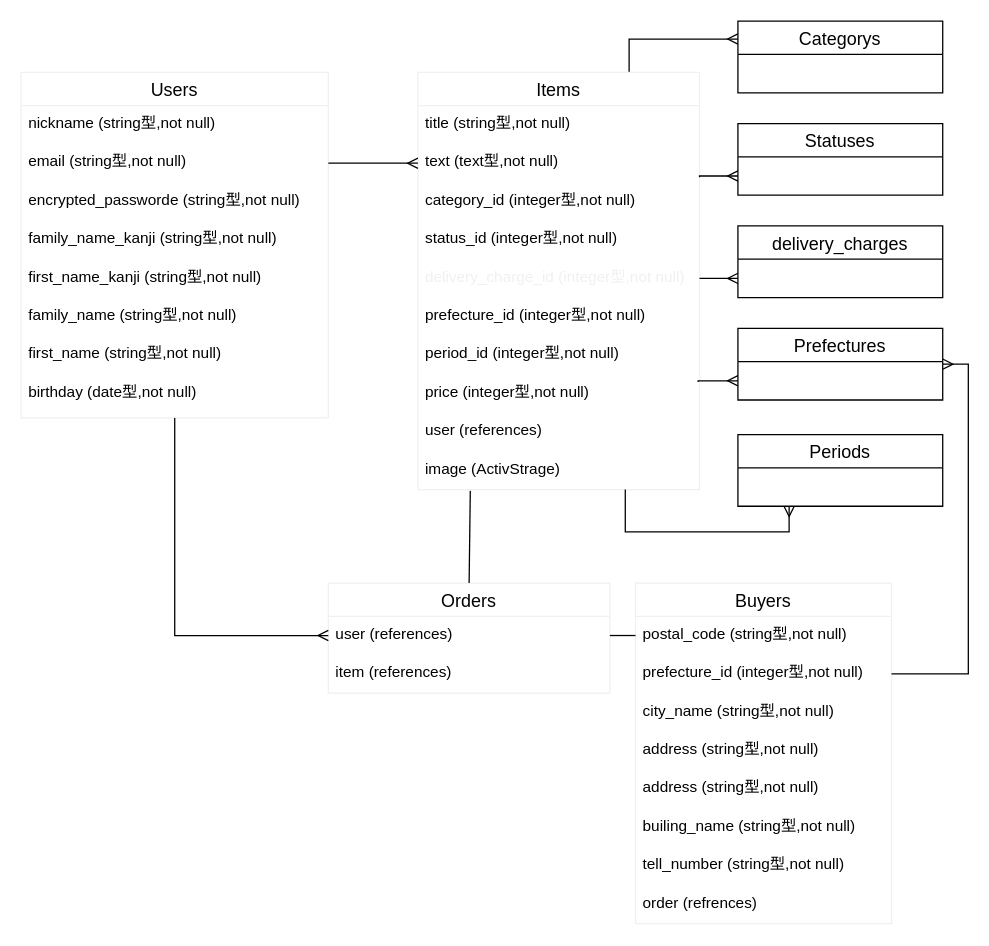
This is furima.dio from atsu-s/furima-35579, a draw.io file, before an edit. Source tidied: cells renumbered, new cells numbered last; positions are measured from the earlier drawing's top-left corner, leaving out a move shared by most shapes. Both pictures are drawn from the tidied source at 128%, with x=0, y=0 at pixel (20, 20).
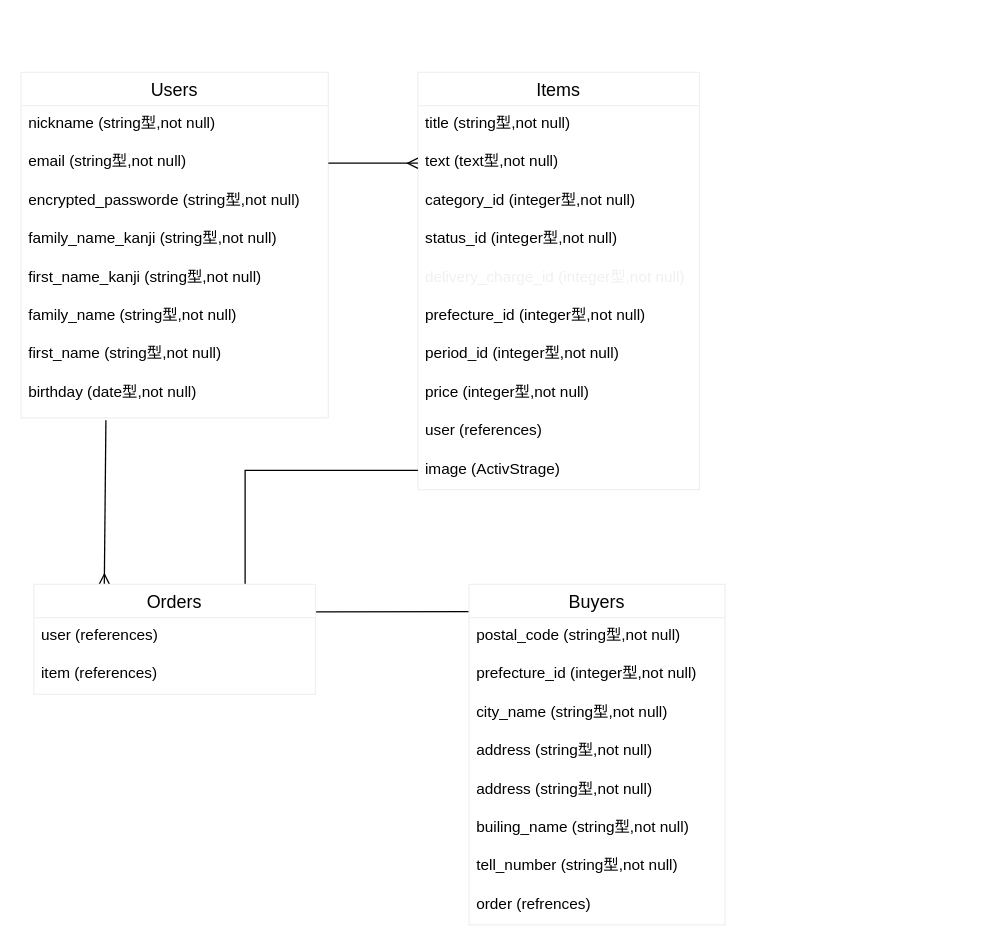
The same page after the edit.

The change refers to these unchanged cells:
```xml
<mxCell id="10" value="birthday (date型,not null)" style="text;strokeColor=none;fillColor=none;spacingLeft=4;spacingRight=4;overflow=hidden;points=[[0,0.5],[1,0.5]];portConstraint=eastwest;fontSize=12;align=left;" parent="2" vertex="1">
  <mxGeometry y="236" width="240" height="34" as="geometry" />
</mxCell>
<mxCell id="12" value="Items" style="swimlane;fontStyle=0;horizontal=1;startSize=26;align=center;fontSize=14;strokeColor=#f0f0f0;" parent="1" vertex="1">
  <mxGeometry x="310" y="40" width="220" height="326" as="geometry" />
</mxCell>
<mxCell id="15" value="category_id (integer型,not null)" style="text;strokeColor=none;fillColor=none;spacingLeft=4;spacingRight=4;overflow=hidden;points=[[0,0.5],[1,0.5]];portConstraint=eastwest;fontSize=12;" parent="12" vertex="1">
  <mxGeometry y="86" width="220" height="30" as="geometry" />
</mxCell>
<mxCell id="17" value="delivery_charge_id (integer型,not null)" style="text;strokeColor=none;fillColor=none;spacingLeft=4;spacingRight=4;overflow=hidden;points=[[0,0.5],[1,0.5]];portConstraint=eastwest;fontSize=12;fontColor=#F0F0F0;" parent="12" vertex="1">
  <mxGeometry y="146" width="220" height="30" as="geometry" />
</mxCell>
<mxCell id="20" value="price (integer型,not null)" style="text;strokeColor=none;fillColor=none;spacingLeft=4;spacingRight=4;overflow=hidden;points=[[0,0.5],[1,0.5]];portConstraint=eastwest;fontSize=12;" parent="12" vertex="1">
  <mxGeometry y="236" width="220" height="30" as="geometry" />
</mxCell>
<mxCell id="22" value="image (ActivStrage)" style="text;strokeColor=none;fillColor=none;spacingLeft=4;spacingRight=4;overflow=hidden;points=[[0,0.5],[1,0.5]];portConstraint=eastwest;fontSize=12;" parent="12" vertex="1">
  <mxGeometry y="296" width="220" height="30" as="geometry" />
</mxCell>
<mxCell id="24" value="user (references)" style="text;strokeColor=none;fillColor=none;spacingLeft=4;spacingRight=4;overflow=hidden;points=[[0,0.5],[1,0.5]];portConstraint=eastwest;fontSize=12;" parent="23" vertex="1">
  <mxGeometry y="26" width="220" height="30" as="geometry" />
</mxCell>
<mxCell id="29" value="postal_code (string型,not null)" style="text;strokeColor=none;fillColor=none;spacingLeft=4;spacingRight=4;overflow=hidden;points=[[0,0.5],[1,0.5]];portConstraint=eastwest;fontSize=12;" parent="28" vertex="1">
  <mxGeometry y="26" width="200" height="30" as="geometry" />
</mxCell>
<mxCell id="30" value="prefecture_id (integer型,not null)" style="text;strokeColor=none;fillColor=none;spacingLeft=4;spacingRight=4;overflow=hidden;points=[[0,0.5],[1,0.5]];portConstraint=eastwest;fontSize=12;" parent="28" vertex="1">
  <mxGeometry y="56" width="200" height="30" as="geometry" />
</mxCell>
```

Change to the diagram source:
```diff
@@
-    <mxCell id="11" style="edgeStyle=orthogonalEdgeStyle;rounded=0;jettySize=auto;html=1;exitX=0.75;exitY=0;exitDx=0;exitDy=0;startArrow=none;startFill=0;endArrow=ERmany;endFill=0;entryX=0;entryY=0.25;entryDx=0;entryDy=0;" parent="1" edge="1" source="12" target="37">
-      <mxGeometry relative="1" as="geometry" />
-    </mxCell>
@@
+    <mxCell id="49" style="edgeStyle=none;rounded=0;jettySize=auto;html=1;exitX=1;exitY=0.25;exitDx=0;exitDy=0;entryX=0.005;entryY=0.08;entryDx=0;entryDy=0;entryPerimeter=0;startArrow=none;startFill=0;endArrow=none;endFill=0;" parent="1" edge="1" source="23" target="28">
+      <mxGeometry relative="1" as="geometry" />
+    </mxCell>
+    <mxCell id="50" style="edgeStyle=none;rounded=0;jettySize=auto;html=1;exitX=0.25;exitY=0;exitDx=0;exitDy=0;entryX=0.276;entryY=1.052;entryDx=0;entryDy=0;entryPerimeter=0;startArrow=ERmany;startFill=0;endArrow=none;endFill=0;" parent="1" edge="1" source="23" target="10">
+      <mxGeometry relative="1" as="geometry" />
+    </mxCell>
+    <mxCell id="51" style="edgeStyle=orthogonalEdgeStyle;rounded=0;jettySize=auto;html=1;exitX=0.75;exitY=0;exitDx=0;exitDy=0;entryX=0;entryY=0.5;entryDx=0;entryDy=0;startArrow=none;startFill=0;endArrow=none;endFill=0;" parent="1" edge="1" source="23" target="22">
+      <mxGeometry relative="1" as="geometry" />
+    </mxCell>
     <mxCell id="23" value="Orders" style="swimlane;fontStyle=0;horizontal=1;startSize=26;align=center;fontSize=14;strokeColor=#f0f0f0;" parent="1" vertex="1">
-      <mxGeometry x="240" y="439" width="220" height="86" as="geometry" />
+      <mxGeometry x="10" y="440" width="220" height="86" as="geometry" />
     </mxCell>
@@
-    <mxCell id="27" style="rounded=0;jettySize=auto;html=1;exitX=0.186;exitY=1.033;exitDx=0;exitDy=0;entryX=0.5;entryY=0;entryDx=0;entryDy=0;endArrow=none;endFill=0;endSize=6;fontColor=#F0F0F0;align=left;exitPerimeter=0;startArrow=none;startFill=0;" parent="1" edge="1" source="22" target="23">
-      <mxGeometry relative="1" as="geometry" />
-    </mxCell>
     <mxCell id="28" value="Buyers" style="swimlane;fontStyle=0;horizontal=1;startSize=26;align=center;fontSize=14;strokeColor=#f0f0f0;" parent="1" vertex="1">
-      <mxGeometry x="480" y="439" width="200" height="266" as="geometry" />
+      <mxGeometry x="350" y="440" width="200" height="266" as="geometry" />
     </mxCell>
@@
-    <mxCell id="37" value="Categorys" style="swimlane;fontStyle=0;horizontal=1;startSize=26;align=center;fontSize=14;" parent="1" vertex="1">
-      <mxGeometry x="560" width="160" height="56" as="geometry" />
-    </mxCell>
-    <mxCell id="38" value="Statuses" style="swimlane;fontStyle=0;horizontal=1;startSize=26;align=center;fontSize=14;" parent="1" vertex="1">
-      <mxGeometry x="560" y="80" width="160" height="56" as="geometry" />
-    </mxCell>
-    <mxCell id="39" value="delivery_charges" style="swimlane;fontStyle=0;horizontal=1;startSize=26;align=center;fontSize=14;" parent="1" vertex="1">
-      <mxGeometry x="560" y="160" width="160" height="56" as="geometry" />
-    </mxCell>
-    <mxCell id="40" value="Prefectures" style="swimlane;fontStyle=0;horizontal=1;startSize=26;align=center;fontSize=14;" parent="1" vertex="1">
-      <mxGeometry x="560" y="240" width="160" height="56" as="geometry" />
-    </mxCell>
-    <mxCell id="41" style="edgeStyle=orthogonalEdgeStyle;rounded=0;jettySize=auto;html=1;exitX=0.25;exitY=1;exitDx=0;exitDy=0;startArrow=ERmany;startFill=0;endArrow=none;endFill=0;" parent="1" edge="1" source="42" target="22">
-      <mxGeometry relative="1" as="geometry">
-        <Array as="points">
-          <mxPoint x="600" y="399" />
-          <mxPoint x="472" y="399" />
-        </Array>
-      </mxGeometry>
-    </mxCell>
-    <mxCell id="42" value="Periods" style="swimlane;fontStyle=0;horizontal=1;startSize=26;align=center;fontSize=14;" parent="1" vertex="1">
-      <mxGeometry x="560" y="323" width="160" height="56" as="geometry" />
-    </mxCell>
-    <mxCell id="43" style="edgeStyle=orthogonalEdgeStyle;rounded=0;jettySize=auto;html=1;exitX=0;exitY=0.5;exitDx=0;exitDy=0;endArrow=none;endFill=0;entryX=0.995;entryY=0.2;entryDx=0;entryDy=0;entryPerimeter=0;startArrow=ERmany;startFill=0;" parent="1" edge="1" target="20">
-      <mxGeometry relative="1" as="geometry">
-        <mxPoint x="560" y="281" as="sourcePoint" />
-      </mxGeometry>
-    </mxCell>
-    <mxCell id="44" style="edgeStyle=orthogonalEdgeStyle;rounded=0;jettySize=auto;html=1;exitX=0;exitY=0.5;exitDx=0;exitDy=0;entryX=1;entryY=0.5;entryDx=0;entryDy=0;endArrow=none;endFill=0;startArrow=ERmany;startFill=0;" parent="1" edge="1" target="17">
-      <mxGeometry relative="1" as="geometry">
-        <mxPoint x="560" y="201" as="sourcePoint" />
-      </mxGeometry>
-    </mxCell>
-    <mxCell id="45" style="edgeStyle=orthogonalEdgeStyle;rounded=0;jettySize=auto;html=1;exitX=0;exitY=0.5;exitDx=0;exitDy=0;entryX=1;entryY=-0.133;entryDx=0;entryDy=0;entryPerimeter=0;endArrow=none;endFill=0;startArrow=ERmany;startFill=0;" parent="1" edge="1" target="15">
-      <mxGeometry relative="1" as="geometry">
-        <mxPoint x="560" y="121" as="sourcePoint" />
-      </mxGeometry>
-    </mxCell>
-    <mxCell id="46" style="rounded=0;jettySize=auto;html=1;exitX=0;exitY=0.5;exitDx=0;exitDy=0;edgeStyle=orthogonalEdgeStyle;startArrow=ERmany;startFill=0;endArrow=none;endFill=0;" parent="1" edge="1" source="24" target="10">
-      <mxGeometry relative="1" as="geometry">
-        <Array as="points">
-          <mxPoint x="120" y="480" />
-        </Array>
-      </mxGeometry>
-    </mxCell>
-    <mxCell id="47" style="edgeStyle=none;rounded=0;jettySize=auto;html=1;exitX=1;exitY=0.5;exitDx=0;exitDy=0;entryX=0;entryY=0.5;entryDx=0;entryDy=0;startArrow=none;startFill=0;endArrow=none;endFill=0;" parent="1" edge="1" source="24" target="29">
-      <mxGeometry relative="1" as="geometry" />
-    </mxCell>
-    <mxCell id="48" style="edgeStyle=orthogonalEdgeStyle;rounded=0;jettySize=auto;html=1;exitX=1;exitY=0.5;exitDx=0;exitDy=0;entryX=1;entryY=0.5;entryDx=0;entryDy=0;startArrow=none;startFill=0;endArrow=ERmany;endFill=0;" parent="1" edge="1" source="30" target="40">
-      <mxGeometry relative="1" as="geometry" />
-    </mxCell>
```
